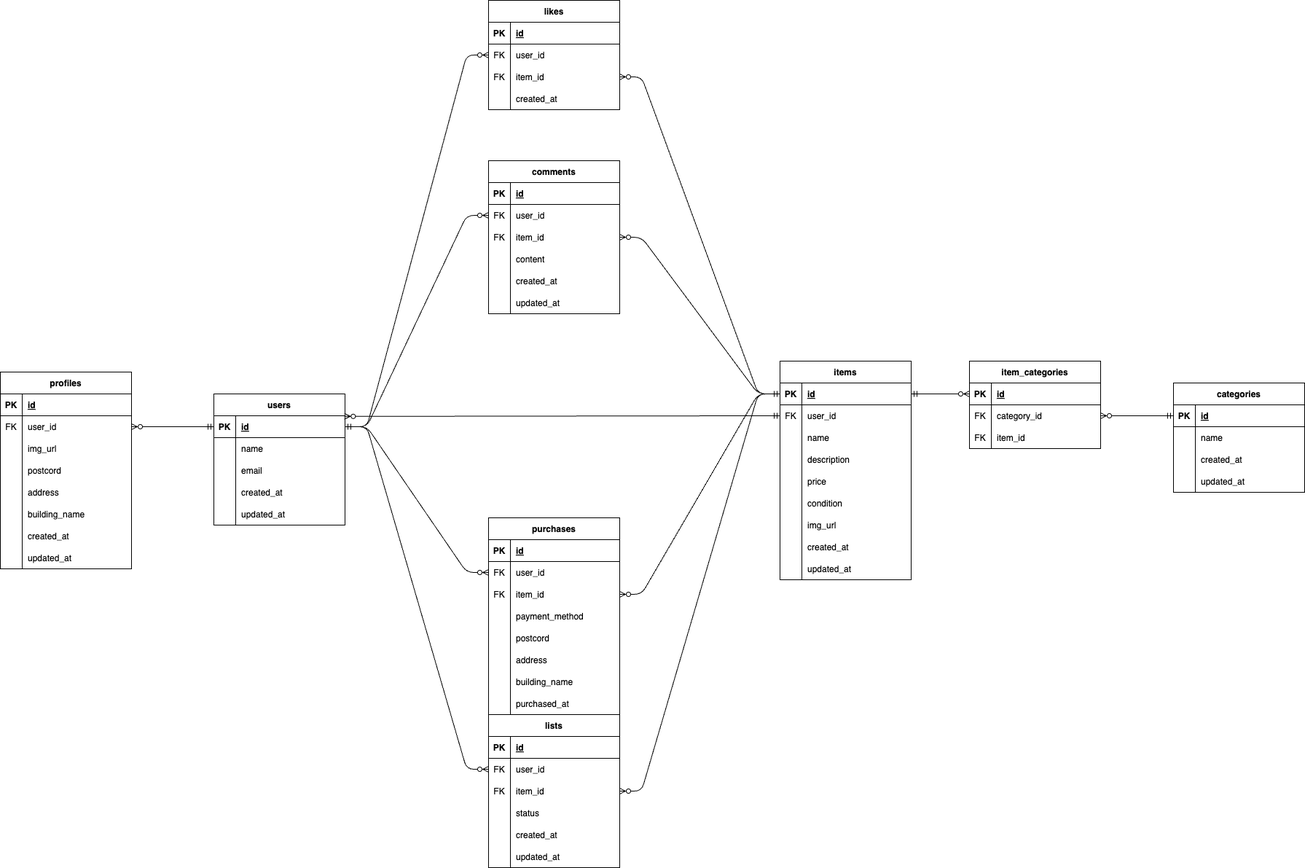
hasedai0000/furima-app keeps this draw.io diagram as index.drawio.png. Above is the earlier version. Source tidied: cells renumbered, new cells last; positions are measured from the earlier drawing's top-left corner, leaving out a move shared by most shapes.
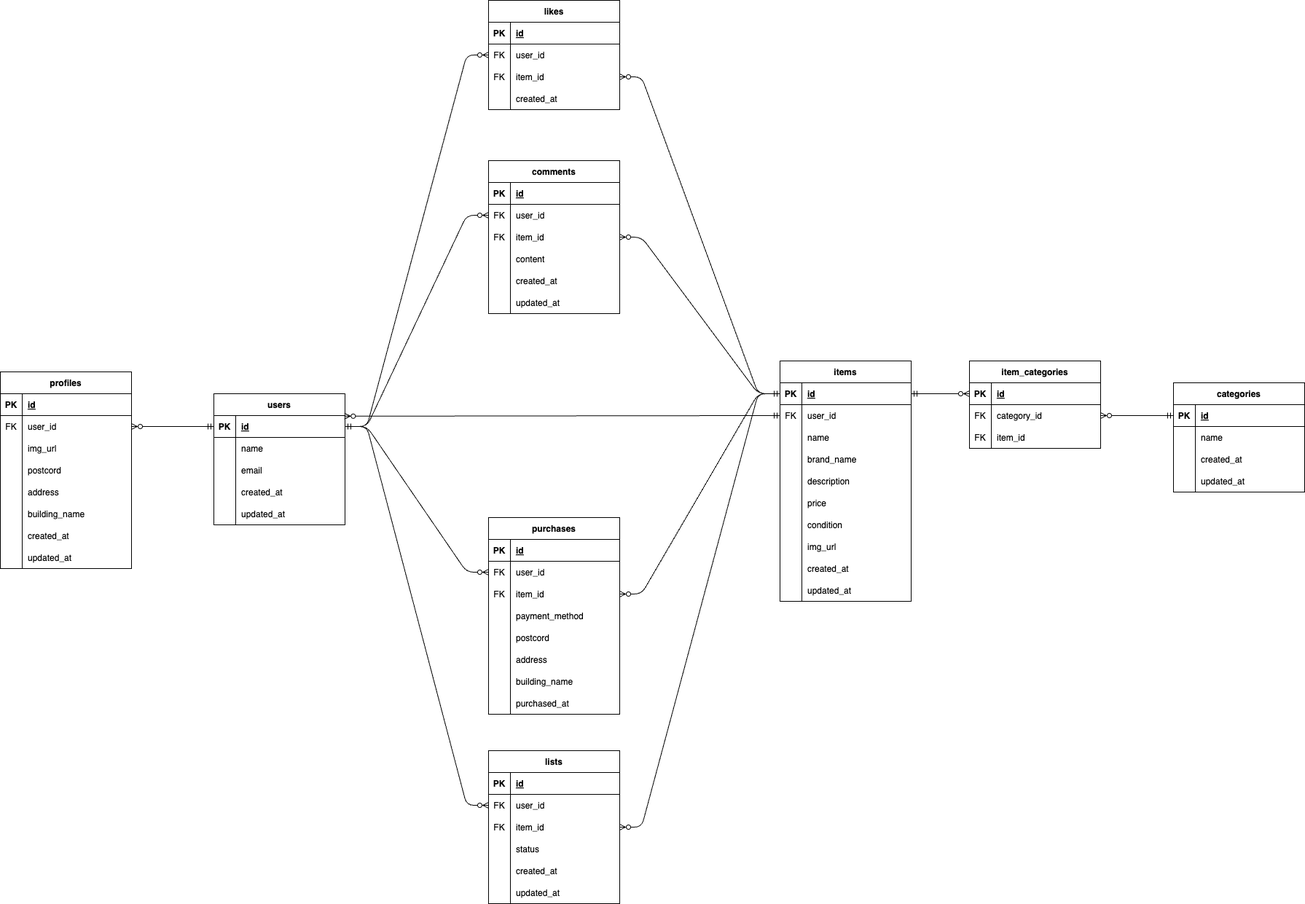
Later version of the same file.

Diff of the diagram source:
```diff
@@ -126,7 +126,7 @@
       <mxGeometry x="30" width="150" height="30" as="geometry" />
     </mxCell>
     <mxCell id="43" value="items" style="shape=table;startSize=30;rowLines=0;fontStyle=1;align=center;" parent="1" vertex="1">
-      <mxGeometry x="1070" y="495" width="180" height="300" as="geometry" />
+      <mxGeometry x="1070" y="495" width="180" height="330" as="geometry" />
     </mxCell>
     <mxCell id="44" style="shape=tableRow;horizontal=0;startSize=0;swimlaneHead=0;swimlaneBody=0;fillColor=none;points=[[0,0.5],[1,0.5]];portConstraint=eastwest;top=0;left=0;right=0;bottom=1;" parent="43" vertex="1">
       <mxGeometry y="30" width="180" height="30" as="geometry" />
@@ -155,8 +155,17 @@
     <mxCell id="52" value="name" style="shape=partialRectangle;fillColor=none;top=0;left=0;bottom=0;right=0;align=left;spacingLeft=6;overflow=hidden;" parent="50" vertex="1">
       <mxGeometry x="30" width="150" height="30" as="geometry" />
     </mxCell>
+    <mxCell id="182" style="shape=tableRow;horizontal=0;startSize=0;swimlaneHead=0;swimlaneBody=0;fillColor=none;top=0;left=0;right=0;bottom=0;" parent="43" vertex="1">
+      <mxGeometry y="120" width="180" height="30" as="geometry" />
+    </mxCell>
+    <mxCell id="183" style="shape=partialRectangle;fillColor=none;top=0;left=0;bottom=0;right=0;overflow=hidden;" parent="182" vertex="1">
+      <mxGeometry width="30" height="30" as="geometry" />
+    </mxCell>
+    <mxCell id="184" value="brand_name" style="shape=partialRectangle;fillColor=none;top=0;left=0;bottom=0;right=0;align=left;spacingLeft=6;overflow=hidden;" parent="182" vertex="1">
+      <mxGeometry x="30" width="150" height="30" as="geometry" />
+    </mxCell>
     <mxCell id="53" style="shape=tableRow;horizontal=0;startSize=0;swimlaneHead=0;swimlaneBody=0;fillColor=none;top=0;left=0;right=0;bottom=0;" parent="43" vertex="1">
-      <mxGeometry y="120" width="180" height="30" as="geometry" />
+      <mxGeometry y="150" width="180" height="30" as="geometry" />
     </mxCell>
     <mxCell id="54" style="shape=partialRectangle;fillColor=none;top=0;left=0;bottom=0;right=0;overflow=hidden;" parent="53" vertex="1">
       <mxGeometry width="30" height="30" as="geometry" />
@@ -165,7 +174,7 @@
       <mxGeometry x="30" width="150" height="30" as="geometry" />
     </mxCell>
     <mxCell id="56" style="shape=tableRow;horizontal=0;startSize=0;swimlaneHead=0;swimlaneBody=0;fillColor=none;top=0;left=0;right=0;bottom=0;" parent="43" vertex="1">
-      <mxGeometry y="150" width="180" height="30" as="geometry" />
+      <mxGeometry y="180" width="180" height="30" as="geometry" />
     </mxCell>
     <mxCell id="57" style="shape=partialRectangle;fillColor=none;top=0;left=0;bottom=0;right=0;overflow=hidden;" parent="56" vertex="1">
       <mxGeometry width="30" height="30" as="geometry" />
@@ -174,7 +183,7 @@
       <mxGeometry x="30" width="150" height="30" as="geometry" />
     </mxCell>
     <mxCell id="59" style="shape=tableRow;horizontal=0;startSize=0;swimlaneHead=0;swimlaneBody=0;fillColor=none;top=0;left=0;right=0;bottom=0;" parent="43" vertex="1">
-      <mxGeometry y="180" width="180" height="30" as="geometry" />
+      <mxGeometry y="210" width="180" height="30" as="geometry" />
     </mxCell>
     <mxCell id="60" style="shape=partialRectangle;fillColor=none;top=0;left=0;bottom=0;right=0;overflow=hidden;" parent="59" vertex="1">
       <mxGeometry width="30" height="30" as="geometry" />
@@ -183,7 +192,7 @@
       <mxGeometry x="30" width="150" height="30" as="geometry" />
     </mxCell>
     <mxCell id="62" style="shape=tableRow;horizontal=0;startSize=0;swimlaneHead=0;swimlaneBody=0;fillColor=none;top=0;left=0;right=0;bottom=0;" parent="43" vertex="1">
-      <mxGeometry y="210" width="180" height="30" as="geometry" />
+      <mxGeometry y="240" width="180" height="30" as="geometry" />
     </mxCell>
     <mxCell id="63" style="shape=partialRectangle;fillColor=none;top=0;left=0;bottom=0;right=0;overflow=hidden;" parent="62" vertex="1">
       <mxGeometry width="30" height="30" as="geometry" />
@@ -192,7 +201,7 @@
       <mxGeometry x="30" width="150" height="30" as="geometry" />
     </mxCell>
     <mxCell id="65" style="shape=tableRow;horizontal=0;startSize=0;swimlaneHead=0;swimlaneBody=0;fillColor=none;top=0;left=0;right=0;bottom=0;" parent="43" vertex="1">
-      <mxGeometry y="240" width="180" height="30" as="geometry" />
+      <mxGeometry y="270" width="180" height="30" as="geometry" />
     </mxCell>
     <mxCell id="66" style="shape=partialRectangle;fillColor=none;top=0;left=0;bottom=0;right=0;overflow=hidden;" parent="65" vertex="1">
       <mxGeometry width="30" height="30" as="geometry" />
@@ -201,7 +210,7 @@
       <mxGeometry x="30" width="150" height="30" as="geometry" />
     </mxCell>
     <mxCell id="68" style="shape=tableRow;horizontal=0;startSize=0;swimlaneHead=0;swimlaneBody=0;fillColor=none;top=0;left=0;right=0;bottom=0;" parent="43" vertex="1">
-      <mxGeometry y="270" width="180" height="30" as="geometry" />
+      <mxGeometry y="300" width="180" height="30" as="geometry" />
     </mxCell>
     <mxCell id="69" style="shape=partialRectangle;fillColor=none;top=0;left=0;bottom=0;right=0;overflow=hidden;" parent="68" vertex="1">
       <mxGeometry width="30" height="30" as="geometry" />
@@ -480,7 +489,7 @@
       <mxGeometry relative="1" as="geometry" />
     </mxCell>
     <mxCell id="161" value="lists" style="shape=table;startSize=30;rowLines=0;fontStyle=1;align=center;" parent="1" vertex="1">
-      <mxGeometry x="670" y="980" width="180" height="210" as="geometry" />
+      <mxGeometry x="670" y="1030" width="180" height="210" as="geometry" />
     </mxCell>
     <mxCell id="162" style="shape=tableRow;horizontal=0;startSize=0;swimlaneHead=0;swimlaneBody=0;fillColor=none;top=0;left=0;right=0;bottom=1;" parent="161" vertex="1">
       <mxGeometry y="30" width="180" height="30" as="geometry" />
```
